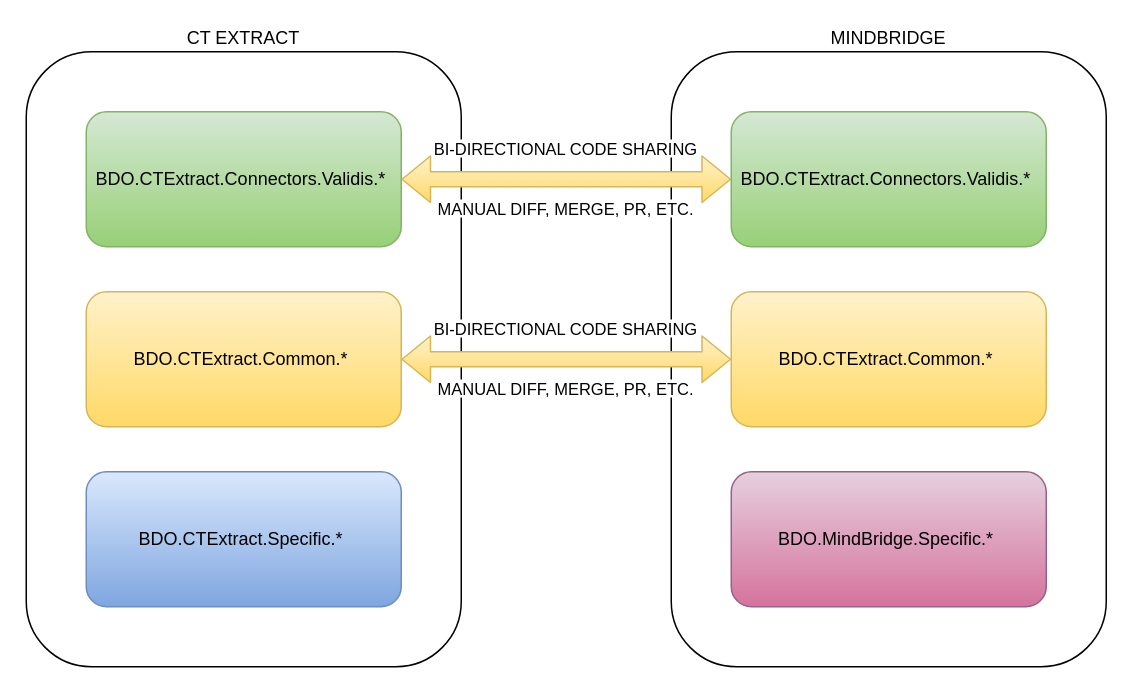
Earlier version of the draw.io diagram diagrams/Code Management.drawio (ajs-fsp/BDO-Mindbridge). Source tidied: cells renumbered, new cells numbered last; positions are measured from the earlier drawing's top-left corner, leaving out a move shared by most shapes. Both pictures are drawn from the tidied source at 150%, with x=0, y=0 at pixel (26, 51).
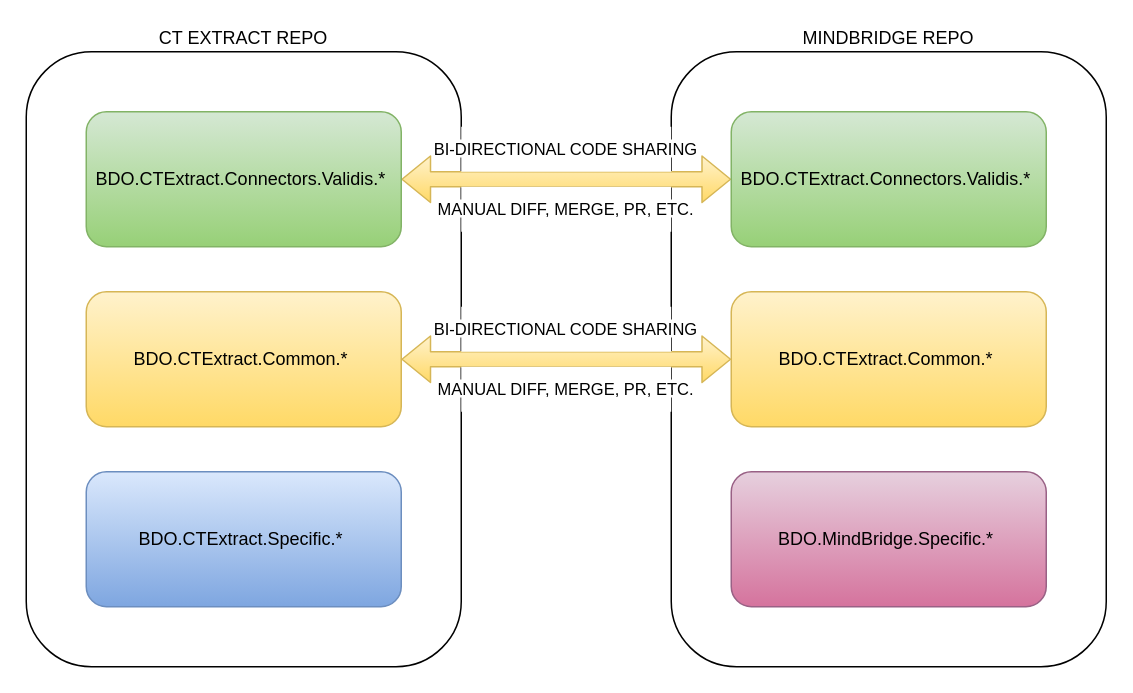
After the change.

Commit message (it also covers changes not shown here):
modified text bkgrd for img export

Change to the diagram source:
```diff
@@
 <mxGraphModel>
   <root>
     <mxCell id="0" />
     <mxCell id="1" parent="0" />
-    <mxCell id="2" value="CT EXTRACT" style="rounded=1;whiteSpace=wrap;html=1;labelPosition=center;verticalLabelPosition=top;align=center;verticalAlign=bottom;" parent="1" vertex="1">
+    <mxCell id="2" value="&lt;span style=&quot;background-color: light-dark(#ffffff, var(--ge-dark-color, #121212));&quot;&gt;CT EXTRACT REPO&lt;/span&gt;" style="rounded=1;whiteSpace=wrap;html=1;labelPosition=center;verticalLabelPosition=top;align=center;verticalAlign=bottom;" parent="1" vertex="1">
       <mxGeometry width="290" height="410" as="geometry" />
     </mxCell>
-    <mxCell id="3" value="MINDBRIDGE" style="rounded=1;whiteSpace=wrap;html=1;labelPosition=center;verticalLabelPosition=top;align=center;verticalAlign=bottom;" parent="1" vertex="1">
+    <mxCell id="3" value="&lt;span style=&quot;background-color: light-dark(#ffffff, var(--ge-dark-color, #121212));&quot;&gt;MINDBRIDGE REPO&lt;/span&gt;" style="rounded=1;whiteSpace=wrap;html=1;labelPosition=center;verticalLabelPosition=top;align=center;verticalAlign=bottom;" parent="1" vertex="1">
       <mxGeometry x="430" width="290" height="410" as="geometry" />
     </mxCell>
     <mxCell id="4" style="edgeStyle=none;html=1;entryX=0;entryY=0.5;entryDx=0;entryDy=0;shape=flexArrow;startArrow=block;fillColor=#fff2cc;gradientColor=#ffd966;strokeColor=#d6b656;" parent="1" edge="1" source="5" target="6">
       <mxGeometry relative="1" as="geometry" />
     </mxCell>
     <mxCell id="5" value="&lt;span style=&quot;color: rgb(0, 0, 0);&quot;&gt;BDO.CTExtract.Connectors.&lt;/span&gt;Validis.*&amp;nbsp;" style="rounded=1;whiteSpace=wrap;html=1;fillColor=#d5e8d4;gradientColor=#97d077;strokeColor=#82b366;" parent="1" vertex="1">
       <mxGeometry x="40" y="40" width="210" height="90" as="geometry" />
     </mxCell>
     <mxCell id="6" value="&lt;span style=&quot;color: rgb(0, 0, 0);&quot;&gt;BDO.&lt;span style=&quot;color: rgb(0, 0, 0);&quot;&gt;CTExtract.&lt;/span&gt;Connectors.&lt;/span&gt;Validis.*&amp;nbsp;" style="rounded=1;whiteSpace=wrap;html=1;fillColor=#d5e8d4;gradientColor=#97d077;strokeColor=#82b366;" parent="1" vertex="1">
       <mxGeometry x="470" y="40" width="210" height="90" as="geometry" />
     </mxCell>
-    <mxCell id="7" value="&lt;span style=&quot;color: rgb(0, 0, 0); font-size: 11px; white-space: nowrap; background-color: rgb(255, 255, 255);&quot;&gt;BI-DIRECTIONAL CODE SHARING&lt;/span&gt;" style="text;html=1;align=center;verticalAlign=middle;whiteSpace=wrap;rounded=0;" parent="1" vertex="1">
+    <mxCell id="7" value="&lt;span style=&quot;color: rgb(0, 0, 0); font-size: 11px; white-space: nowrap; background-color: rgb(255, 255, 255);&quot;&gt;BI-DIRECTIONAL CODE SHARING&lt;/span&gt;" style="text;html=1;align=center;verticalAlign=middle;whiteSpace=wrap;rounded=0;fillColor=default;" parent="1" vertex="1">
       <mxGeometry x="290" y="50" width="140" height="30" as="geometry" />
     </mxCell>
     <mxCell id="8" value="&lt;span style=&quot;color: rgb(0, 0, 0);&quot;&gt;BDO.&lt;span style=&quot;color: rgb(0, 0, 0);&quot;&gt;CTExtract.Common&lt;/span&gt;&lt;/span&gt;.*&amp;nbsp;" style="rounded=1;whiteSpace=wrap;html=1;fillColor=#fff2cc;gradientColor=#ffd966;strokeColor=#d6b656;" parent="1" vertex="1">
       <mxGeometry x="470" y="160" width="210" height="90" as="geometry" />
     </mxCell>
     <mxCell id="9" value="&lt;span style=&quot;color: rgb(0, 0, 0);&quot;&gt;BDO.&lt;span style=&quot;color: rgb(0, 0, 0);&quot;&gt;CTExtract.Common&lt;/span&gt;&lt;/span&gt;.*&amp;nbsp;" style="rounded=1;whiteSpace=wrap;html=1;fillColor=#fff2cc;gradientColor=#ffd966;strokeColor=#d6b656;" parent="1" vertex="1">
       <mxGeometry x="40" y="160" width="210" height="90" as="geometry" />
     </mxCell>
     <mxCell id="10" style="edgeStyle=none;html=1;entryX=0;entryY=0.5;entryDx=0;entryDy=0;shape=flexArrow;startArrow=block;fillColor=#fff2cc;gradientColor=#ffd966;strokeColor=#d6b656;" parent="1" edge="1" source="9" target="8">
       <mxGeometry relative="1" as="geometry" />
     </mxCell>
-    <mxCell id="11" value="&lt;span style=&quot;color: rgb(0, 0, 0); font-size: 11px; white-space: nowrap; background-color: rgb(255, 255, 255);&quot;&gt;BI-DIRECTIONAL CODE SHARING&lt;/span&gt;" style="text;html=1;align=center;verticalAlign=middle;whiteSpace=wrap;rounded=0;" parent="1" vertex="1">
+    <mxCell id="11" value="&lt;span style=&quot;color: rgb(0, 0, 0); font-size: 11px; white-space: nowrap; background-color: rgb(255, 255, 255);&quot;&gt;BI-DIRECTIONAL CODE SHARING&lt;/span&gt;" style="text;html=1;align=center;verticalAlign=middle;whiteSpace=wrap;rounded=0;fillColor=default;" parent="1" vertex="1">
       <mxGeometry x="290" y="170" width="140" height="30" as="geometry" />
     </mxCell>
     <mxCell id="12" value="&lt;span style=&quot;color: rgb(0, 0, 0);&quot;&gt;BDO.&lt;span style=&quot;color: rgb(0, 0, 0);&quot;&gt;MindBridge.Specific&lt;/span&gt;&lt;/span&gt;.*&amp;nbsp;" style="rounded=1;whiteSpace=wrap;html=1;fillColor=#e6d0de;gradientColor=#d5739d;strokeColor=#996185;" parent="1" vertex="1">
       <mxGeometry x="470" y="280" width="210" height="90" as="geometry" />
     </mxCell>
     <mxCell id="13" value="&lt;span style=&quot;color: rgb(0, 0, 0);&quot;&gt;BDO.&lt;span style=&quot;color: rgb(0, 0, 0);&quot;&gt;CTExtract.Specific&lt;/span&gt;&lt;/span&gt;.*&amp;nbsp;" style="rounded=1;whiteSpace=wrap;html=1;fillColor=#dae8fc;gradientColor=#7ea6e0;strokeColor=#6c8ebf;" parent="1" vertex="1">
       <mxGeometry x="40" y="280" width="210" height="90" as="geometry" />
     </mxCell>
-    <mxCell id="14" value="&lt;span style=&quot;color: rgb(0, 0, 0); font-size: 11px; white-space: nowrap; background-color: rgb(255, 255, 255);&quot;&gt;MANUAL DIFF, MERGE, PR, ETC.&lt;/span&gt;" style="text;html=1;align=center;verticalAlign=middle;whiteSpace=wrap;rounded=0;" parent="1" vertex="1">
+    <mxCell id="14" value="&lt;span style=&quot;color: rgb(0, 0, 0); font-size: 11px; white-space: nowrap; background-color: rgb(255, 255, 255);&quot;&gt;MANUAL DIFF, MERGE, PR, ETC.&lt;/span&gt;" style="text;html=1;align=center;verticalAlign=middle;whiteSpace=wrap;rounded=0;fillColor=default;" parent="1" vertex="1">
       <mxGeometry x="290" y="90" width="140" height="30" as="geometry" />
     </mxCell>
-    <mxCell id="15" value="&lt;span style=&quot;color: rgb(0, 0, 0); font-size: 11px; white-space: nowrap; background-color: rgb(255, 255, 255);&quot;&gt;MANUAL DIFF, MERGE, PR, ETC.&lt;/span&gt;" style="text;html=1;align=center;verticalAlign=middle;whiteSpace=wrap;rounded=0;" parent="1" vertex="1">
+    <mxCell id="15" value="&lt;span style=&quot;color: rgb(0, 0, 0); font-size: 11px; white-space: nowrap; background-color: rgb(255, 255, 255);&quot;&gt;MANUAL DIFF, MERGE, PR, ETC.&lt;/span&gt;" style="text;html=1;align=center;verticalAlign=middle;whiteSpace=wrap;rounded=0;fillColor=default;" parent="1" vertex="1">
       <mxGeometry x="290" y="210" width="140" height="30" as="geometry" />
     </mxCell>
   </root>
 </mxGraphModel>
```
